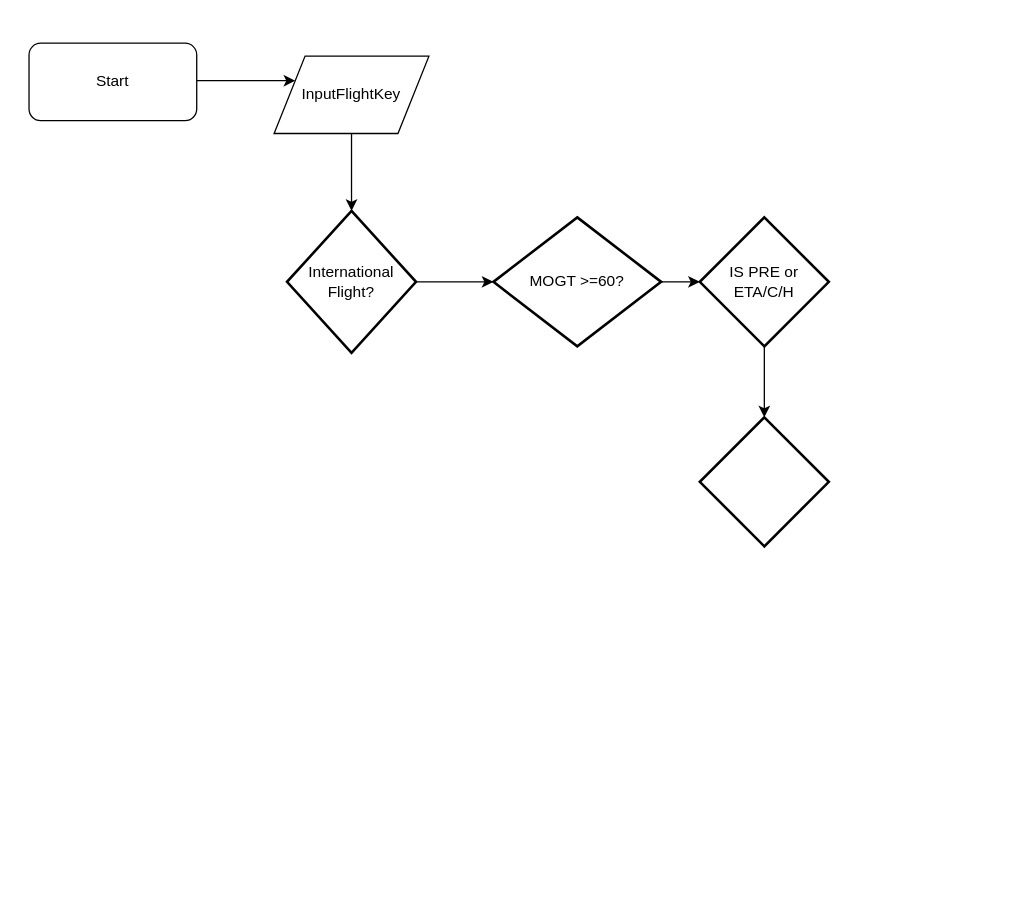
Above: Untitled Diagram.drawio in uday1982c/HelloWorld (draw.io), before the change. Source tidied: cells renumbered, new cells numbered last; positions are measured from the earlier drawing's top-left corner, leaving out a move shared by most shapes. Both pictures are drawn from the tidied source at 129%, with x=0, y=0 at pixel (28, 43).
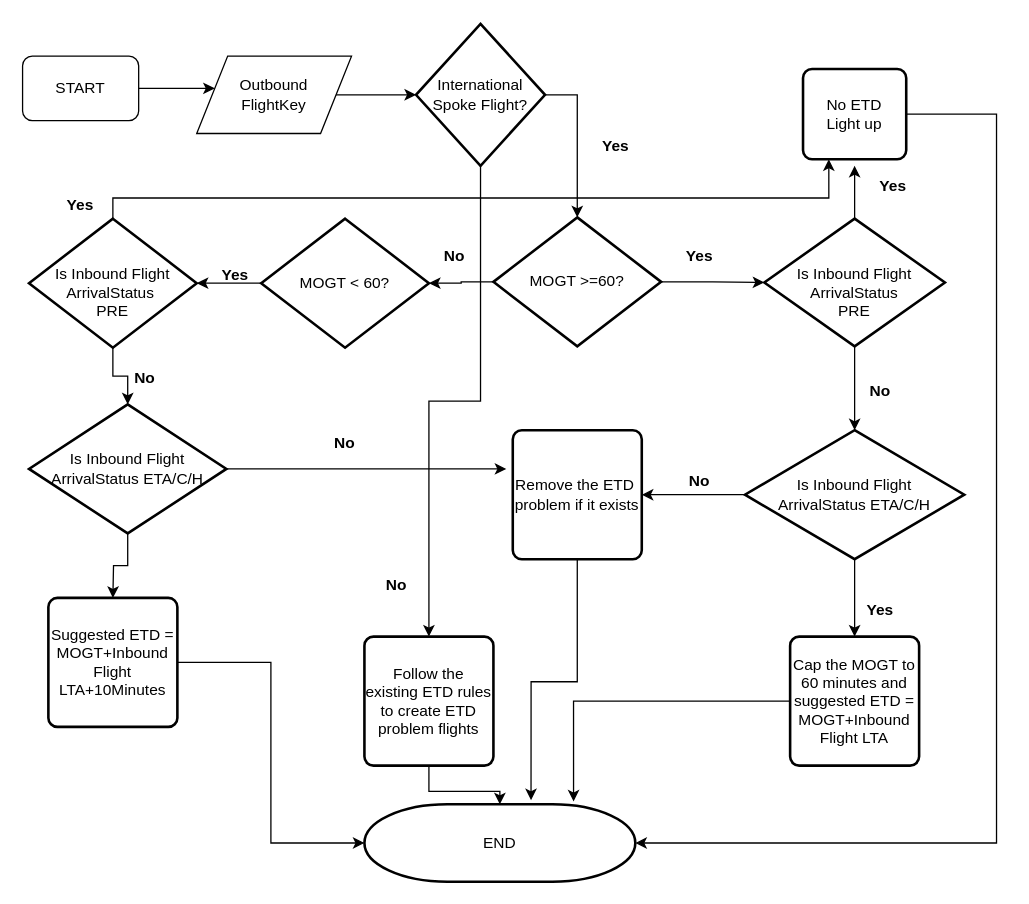
The same page after the edit.

Unchanged cells that the change refers to:
```xml
<mxCell id="10" value="MOGT &amp;gt;=60?" style="strokeWidth=2;html=1;shape=mxgraph.flowchart.decision;whiteSpace=wrap;" parent="1" vertex="1">
  <mxGeometry x="360" y="135" width="130" height="100" as="geometry" />
</mxCell>
```

Diff of the diagram source:
```diff
@@
-    <mxCell id="2" style="edgeStyle=orthogonalEdgeStyle;rounded=0;jettySize=auto;html=1;entryX=0;entryY=0.25;entryDx=0;entryDy=0;" parent="1" edge="1" source="3" target="6">
+    <mxCell id="2" style="edgeStyle=orthogonalEdgeStyle;rounded=0;jettySize=auto;html=1;" parent="1" edge="1" source="3" target="6">
       <mxGeometry relative="1" as="geometry">
         <Array as="points">
-          <mxPoint x="150" y="29" />
-          <mxPoint x="150" y="29" />
+          <mxPoint x="120" y="35" />
+          <mxPoint x="120" y="35" />
         </Array>
       </mxGeometry>
     </mxCell>
-    <mxCell id="3" value="Start" style="rounded=1;whiteSpace=wrap;html=1;" parent="1" vertex="1">
-      <mxGeometry width="130" height="60" as="geometry" />
+    <mxCell id="3" value="START" style="rounded=1;whiteSpace=wrap;html=1;" parent="1" vertex="1">
+      <mxGeometry x="-5" y="10" width="90" height="50" as="geometry" />
     </mxCell>
@@
-    <mxCell id="5" style="edgeStyle=orthogonalEdgeStyle;rounded=0;jettySize=auto;html=1;" parent="1" edge="1" source="6">
-      <mxGeometry relative="1" as="geometry">
-        <mxPoint x="250" y="130" as="targetPoint" />
-      </mxGeometry>
-    </mxCell>
+    <mxCell id="14" style="edgeStyle=orthogonalEdgeStyle;rounded=0;jettySize=auto;html=1;" parent="1" edge="1" source="6" target="8">
+      <mxGeometry relative="1" as="geometry" />
+    </mxCell>
-    <mxCell id="6" value="InputFlightKey" style="shape=parallelogram;perimeter=parallelogramPerimeter;whiteSpace=wrap;html=1;" parent="1" vertex="1">
-      <mxGeometry x="190" y="10" width="120" height="60" as="geometry" />
+    <mxCell id="6" value="Outbound&lt;br&gt;FlightKey" style="shape=parallelogram;perimeter=parallelogramPerimeter;whiteSpace=wrap;html=1;" parent="1" vertex="1">
+      <mxGeometry x="130" y="10" width="120" height="60" as="geometry" />
     </mxCell>
-    <mxCell id="7" style="edgeStyle=orthogonalEdgeStyle;rounded=0;jettySize=auto;html=1;exitX=1;exitY=0.5;exitDx=0;exitDy=0;exitPerimeter=0;" parent="1" edge="1" source="8">
-      <mxGeometry relative="1" as="geometry">
-        <mxPoint x="360" y="185" as="targetPoint" />
-        <Array as="points">
-          <mxPoint x="350" y="185" />
-          <mxPoint x="350" y="185" />
-        </Array>
-      </mxGeometry>
-    </mxCell>
+    <mxCell id="15" style="edgeStyle=orthogonalEdgeStyle;rounded=0;jettySize=auto;html=1;entryX=0.5;entryY=0;entryDx=0;entryDy=0;entryPerimeter=0;" parent="1" edge="1" source="8" target="10">
+      <mxGeometry relative="1" as="geometry">
+        <Array as="points">
+          <mxPoint x="425" y="40" />
+        </Array>
+      </mxGeometry>
+    </mxCell>
+    <mxCell id="16" style="edgeStyle=orthogonalEdgeStyle;rounded=0;jettySize=auto;html=1;" parent="1" edge="1" source="8" target="49">
+      <mxGeometry relative="1" as="geometry" />
+    </mxCell>
-    <mxCell id="8" value="International Flight?" style="strokeWidth=2;html=1;shape=mxgraph.flowchart.decision;whiteSpace=wrap;" parent="1" vertex="1">
-      <mxGeometry x="200" y="130" width="100" height="110" as="geometry" />
+    <mxCell id="8" value="International Spoke Flight?" style="strokeWidth=2;html=1;shape=mxgraph.flowchart.decision;whiteSpace=wrap;" parent="1" vertex="1">
+      <mxGeometry x="300" y="-15" width="100" height="110" as="geometry" />
     </mxCell>
-    <mxCell id="9" style="edgeStyle=orthogonalEdgeStyle;rounded=0;jettySize=auto;html=1;" parent="1" edge="1" source="10" target="12">
+    <mxCell id="9" style="edgeStyle=orthogonalEdgeStyle;rounded=0;jettySize=auto;html=1;entryX=0;entryY=0.5;entryDx=0;entryDy=0;entryPerimeter=0;" parent="1" edge="1" source="10" target="12">
       <mxGeometry relative="1" as="geometry" />
     </mxCell>
+    <mxCell id="17" style="edgeStyle=orthogonalEdgeStyle;rounded=0;jettySize=auto;html=1;" parent="1" edge="1" source="10" target="19">
+      <mxGeometry relative="1" as="geometry" />
+    </mxCell>
@@
+    <mxCell id="18" style="edgeStyle=orthogonalEdgeStyle;rounded=0;jettySize=auto;html=1;" parent="1" edge="1" source="19" target="22">
+      <mxGeometry relative="1" as="geometry" />
+    </mxCell>
+    <mxCell id="19" value="MOGT &amp;lt; 60?" style="strokeWidth=2;html=1;shape=mxgraph.flowchart.decision;whiteSpace=wrap;" parent="1" vertex="1">
+      <mxGeometry x="180" y="136" width="130" height="100" as="geometry" />
+    </mxCell>
+    <mxCell id="20" style="edgeStyle=orthogonalEdgeStyle;rounded=0;jettySize=auto;html=1;entryX=0.25;entryY=1;entryDx=0;entryDy=0;" parent="1" edge="1" source="22" target="35">
+      <mxGeometry relative="1" as="geometry">
+        <Array as="points">
+          <mxPoint x="65" y="120" />
+          <mxPoint x="620" y="120" />
+        </Array>
+      </mxGeometry>
+    </mxCell>
+    <mxCell id="21" style="edgeStyle=orthogonalEdgeStyle;rounded=0;jettySize=auto;html=1;" parent="1" edge="1" source="22" target="43">
+      <mxGeometry relative="1" as="geometry" />
+    </mxCell>
+    <mxCell id="22" value="&lt;br&gt;Is Inbound Flight&lt;br&gt;ArrivalStatus&amp;nbsp;&lt;br&gt;PRE" style="strokeWidth=2;html=1;shape=mxgraph.flowchart.decision;whiteSpace=wrap;" parent="1" vertex="1">
+      <mxGeometry y="136" width="130" height="100" as="geometry" />
+    </mxCell>
-    <mxCell id="11" style="edgeStyle=orthogonalEdgeStyle;rounded=0;jettySize=auto;html=1;" parent="1" edge="1" source="12">
+    <mxCell id="11" style="edgeStyle=orthogonalEdgeStyle;rounded=0;jettySize=auto;html=1;entryX=0.5;entryY=0;entryDx=0;entryDy=0;entryPerimeter=0;" parent="1" edge="1" source="12" target="13">
       <mxGeometry relative="1" as="geometry">
-        <mxPoint x="570" y="290" as="targetPoint" />
+        <Array as="points">
+          <mxPoint x="640" y="260" />
+          <mxPoint x="640" y="260" />
+        </Array>
       </mxGeometry>
     </mxCell>
+    <mxCell id="23" style="edgeStyle=orthogonalEdgeStyle;rounded=0;jettySize=auto;html=1;" parent="1" edge="1" source="12">
+      <mxGeometry relative="1" as="geometry">
+        <mxPoint x="640" y="95" as="targetPoint" />
+        <Array as="points">
+          <mxPoint x="640" y="95" />
+          <mxPoint x="640" y="95" />
+        </Array>
+      </mxGeometry>
+    </mxCell>
-    <mxCell id="12" value="IS PRE or ETA/C/H" style="strokeWidth=2;html=1;shape=mxgraph.flowchart.decision;whiteSpace=wrap;" parent="1" vertex="1">
-      <mxGeometry x="520" y="135" width="100" height="100" as="geometry" />
+    <mxCell id="12" value="&lt;br&gt;Is Inbound Flight&lt;br&gt;ArrivalStatus &lt;br&gt;PRE" style="strokeWidth=2;html=1;shape=mxgraph.flowchart.decision;whiteSpace=wrap;" parent="1" vertex="1">
+      <mxGeometry x="570" y="136" width="140" height="99" as="geometry" />
     </mxCell>
+    <mxCell id="24" style="edgeStyle=orthogonalEdgeStyle;rounded=0;jettySize=auto;html=1;" parent="1" edge="1" source="13">
+      <mxGeometry relative="1" as="geometry">
+        <mxPoint x="640" y="460" as="targetPoint" />
+      </mxGeometry>
+    </mxCell>
+    <mxCell id="25" style="edgeStyle=orthogonalEdgeStyle;rounded=0;jettySize=auto;html=1;" parent="1" edge="1" source="13">
+      <mxGeometry relative="1" as="geometry">
+        <mxPoint x="475" y="350" as="targetPoint" />
+      </mxGeometry>
+    </mxCell>
-    <mxCell id="13" style="strokeWidth=2;html=1;shape=mxgraph.flowchart.decision;whiteSpace=wrap;" parent="1" vertex="1">
-      <mxGeometry x="520" y="290" width="100" height="100" as="geometry" />
+    <mxCell id="13" value="&lt;span style=&quot;white-space: normal&quot;&gt;Is Inbound Flight&lt;/span&gt;&lt;br style=&quot;white-space: normal&quot;&gt;&lt;span style=&quot;white-space: normal&quot;&gt;ArrivalStatus&lt;/span&gt;&lt;span style=&quot;white-space: normal&quot;&gt;&amp;nbsp;ETA/C/H&lt;/span&gt;" style="strokeWidth=2;html=1;shape=mxgraph.flowchart.decision;whiteSpace=wrap;" parent="1" vertex="1">
+      <mxGeometry x="555" y="300" width="170" height="100" as="geometry" />
     </mxCell>
+    <mxCell id="26" value="&lt;b&gt;Yes&lt;/b&gt;" style="text;html=1;strokeColor=none;fillColor=none;align=center;verticalAlign=middle;whiteSpace=wrap;rounded=0;" parent="1" vertex="1">
+      <mxGeometry x="500" y="155" width="40" height="20" as="geometry" />
+    </mxCell>
+    <mxCell id="27" value="&lt;b&gt;No&lt;/b&gt;" style="text;html=1;strokeColor=none;fillColor=none;align=center;verticalAlign=middle;whiteSpace=wrap;rounded=0;" parent="1" vertex="1">
+      <mxGeometry x="640" y="260" width="40" height="20" as="geometry" />
+    </mxCell>
+    <mxCell id="28" value="&lt;b&gt;Yes&lt;/b&gt;" style="text;html=1;strokeColor=none;fillColor=none;align=center;verticalAlign=middle;whiteSpace=wrap;rounded=0;" parent="1" vertex="1">
+      <mxGeometry x="640" y="430" width="40" height="20" as="geometry" />
+    </mxCell>
+    <mxCell id="29" value="&lt;b&gt;No&lt;/b&gt;" style="text;html=1;strokeColor=none;fillColor=none;align=center;verticalAlign=middle;whiteSpace=wrap;rounded=0;" parent="1" vertex="1">
+      <mxGeometry x="500" y="330" width="40" height="20" as="geometry" />
+    </mxCell>
+    <mxCell id="30" style="edgeStyle=orthogonalEdgeStyle;rounded=0;jettySize=auto;html=1;entryX=0.615;entryY=-0.053;entryDx=0;entryDy=0;entryPerimeter=0;" parent="1" edge="1" source="31" target="50">
+      <mxGeometry relative="1" as="geometry" />
+    </mxCell>
+    <mxCell id="31" value="&lt;span style=&quot;white-space: normal&quot;&gt;Remove the ETD&amp;nbsp;&lt;/span&gt;&lt;br style=&quot;white-space: normal&quot;&gt;&lt;span style=&quot;white-space: normal&quot;&gt;problem if it exists&lt;/span&gt;" style="rounded=1;whiteSpace=wrap;html=1;absoluteArcSize=1;arcSize=14;strokeWidth=2;" parent="1" vertex="1">
+      <mxGeometry x="375" y="300" width="100" height="100" as="geometry" />
+    </mxCell>
+    <mxCell id="32" style="edgeStyle=orthogonalEdgeStyle;rounded=0;jettySize=auto;html=1;entryX=0.772;entryY=-0.037;entryDx=0;entryDy=0;entryPerimeter=0;" parent="1" edge="1" source="33" target="50">
+      <mxGeometry relative="1" as="geometry" />
+    </mxCell>
+    <mxCell id="33" value="Cap the MOGT to 60 minutes and suggested ETD = MOGT+Inbound Flight LTA" style="rounded=1;whiteSpace=wrap;html=1;absoluteArcSize=1;arcSize=14;strokeWidth=2;" parent="1" vertex="1">
+      <mxGeometry x="590" y="460" width="100" height="100" as="geometry" />
+    </mxCell>
+    <mxCell id="34" style="edgeStyle=orthogonalEdgeStyle;rounded=0;jettySize=auto;html=1;entryX=1;entryY=0.5;entryDx=0;entryDy=0;entryPerimeter=0;" parent="1" edge="1" source="35" target="50">
+      <mxGeometry relative="1" as="geometry">
+        <Array as="points">
+          <mxPoint x="750" y="55" />
+          <mxPoint x="750" y="620" />
+        </Array>
+      </mxGeometry>
+    </mxCell>
+    <mxCell id="35" value="No ETD &lt;br&gt;Light up" style="rounded=1;whiteSpace=wrap;html=1;absoluteArcSize=1;arcSize=14;strokeWidth=2;" parent="1" vertex="1">
+      <mxGeometry x="600" y="20" width="80" height="70" as="geometry" />
+    </mxCell>
+    <mxCell id="36" value="&lt;b&gt;Yes&lt;/b&gt;" style="text;html=1;strokeColor=none;fillColor=none;align=center;verticalAlign=middle;whiteSpace=wrap;rounded=0;" parent="1" vertex="1">
+      <mxGeometry x="650" y="100.5" width="40" height="20" as="geometry" />
+    </mxCell>
+    <mxCell id="37" value="&lt;b&gt;Yes&lt;/b&gt;" style="text;html=1;strokeColor=none;fillColor=none;align=center;verticalAlign=middle;whiteSpace=wrap;rounded=0;" parent="1" vertex="1">
+      <mxGeometry x="435" y="70" width="40" height="20" as="geometry" />
+    </mxCell>
+    <mxCell id="38" value="&lt;b&gt;No&lt;/b&gt;" style="text;html=1;strokeColor=none;fillColor=none;align=center;verticalAlign=middle;whiteSpace=wrap;rounded=0;" parent="1" vertex="1">
+      <mxGeometry x="310" y="155" width="40" height="20" as="geometry" />
+    </mxCell>
+    <mxCell id="39" value="&lt;b&gt;Yes&lt;/b&gt;" style="text;html=1;strokeColor=none;fillColor=none;align=center;verticalAlign=middle;whiteSpace=wrap;rounded=0;" parent="1" vertex="1">
+      <mxGeometry x="140" y="170" width="40" height="20" as="geometry" />
+    </mxCell>
+    <mxCell id="40" value="&lt;b&gt;Yes&lt;/b&gt;" style="text;html=1;strokeColor=none;fillColor=none;align=center;verticalAlign=middle;whiteSpace=wrap;rounded=0;" parent="1" vertex="1">
+      <mxGeometry x="20" y="116" width="40" height="20" as="geometry" />
+    </mxCell>
+    <mxCell id="41" style="edgeStyle=orthogonalEdgeStyle;rounded=0;jettySize=auto;html=1;" parent="1" edge="1" source="43">
+      <mxGeometry relative="1" as="geometry">
+        <mxPoint x="370" y="330" as="targetPoint" />
+      </mxGeometry>
+    </mxCell>
+    <mxCell id="42" style="edgeStyle=orthogonalEdgeStyle;rounded=0;jettySize=auto;html=1;" parent="1" edge="1" source="43">
+      <mxGeometry relative="1" as="geometry">
+        <mxPoint x="65" y="430" as="targetPoint" />
+      </mxGeometry>
+    </mxCell>
+    <mxCell id="43" value="&lt;span style=&quot;white-space: normal&quot;&gt;Is Inbound Flight&lt;/span&gt;&lt;br style=&quot;white-space: normal&quot;&gt;&lt;span style=&quot;white-space: normal&quot;&gt;ArrivalStatus&lt;/span&gt;&lt;span style=&quot;white-space: normal&quot;&gt;&amp;nbsp;ETA/C/H&lt;/span&gt;" style="strokeWidth=2;html=1;shape=mxgraph.flowchart.decision;whiteSpace=wrap;" parent="1" vertex="1">
+      <mxGeometry y="280" width="153" height="100" as="geometry" />
+    </mxCell>
+    <mxCell id="44" value="&lt;b&gt;No&lt;/b&gt;" style="text;html=1;strokeColor=none;fillColor=none;align=center;verticalAlign=middle;whiteSpace=wrap;rounded=0;" parent="1" vertex="1">
+      <mxGeometry x="70" y="250" width="40" height="20" as="geometry" />
+    </mxCell>
+    <mxCell id="45" value="&lt;b&gt;No&lt;/b&gt;" style="text;html=1;strokeColor=none;fillColor=none;align=center;verticalAlign=middle;whiteSpace=wrap;rounded=0;" parent="1" vertex="1">
+      <mxGeometry x="225" y="300" width="40" height="20" as="geometry" />
+    </mxCell>
+    <mxCell id="46" style="edgeStyle=orthogonalEdgeStyle;rounded=0;jettySize=auto;html=1;entryX=0;entryY=0.5;entryDx=0;entryDy=0;entryPerimeter=0;" parent="1" edge="1" source="47" target="50">
+      <mxGeometry relative="1" as="geometry" />
+    </mxCell>
+    <mxCell id="47" value="&lt;span style=&quot;white-space: normal&quot;&gt;Suggested ETD = MOGT+Inbound Flight LTA+10Minutes&lt;/span&gt;" style="rounded=1;whiteSpace=wrap;html=1;absoluteArcSize=1;arcSize=14;strokeWidth=2;" parent="1" vertex="1">
+      <mxGeometry x="15" y="430" width="100" height="100" as="geometry" />
+    </mxCell>
+    <mxCell id="48" style="edgeStyle=orthogonalEdgeStyle;rounded=0;jettySize=auto;html=1;" parent="1" edge="1" source="49" target="50">
+      <mxGeometry relative="1" as="geometry" />
+    </mxCell>
+    <mxCell id="49" value="Follow the existing ETD rules to create ETD problem flights" style="rounded=1;whiteSpace=wrap;html=1;absoluteArcSize=1;arcSize=14;strokeWidth=2;" parent="1" vertex="1">
+      <mxGeometry x="260" y="460" width="100" height="100" as="geometry" />
+    </mxCell>
+    <mxCell id="50" value="END" style="strokeWidth=2;html=1;shape=mxgraph.flowchart.terminator;whiteSpace=wrap;" parent="1" vertex="1">
+      <mxGeometry x="260" y="590" width="210" height="60" as="geometry" />
+    </mxCell>
+    <mxCell id="51" value="&lt;b&gt;No&lt;/b&gt;" style="text;html=1;strokeColor=none;fillColor=none;align=center;verticalAlign=middle;whiteSpace=wrap;rounded=0;" parent="1" vertex="1">
+      <mxGeometry x="265" y="410" width="40" height="20" as="geometry" />
+    </mxCell>
```
